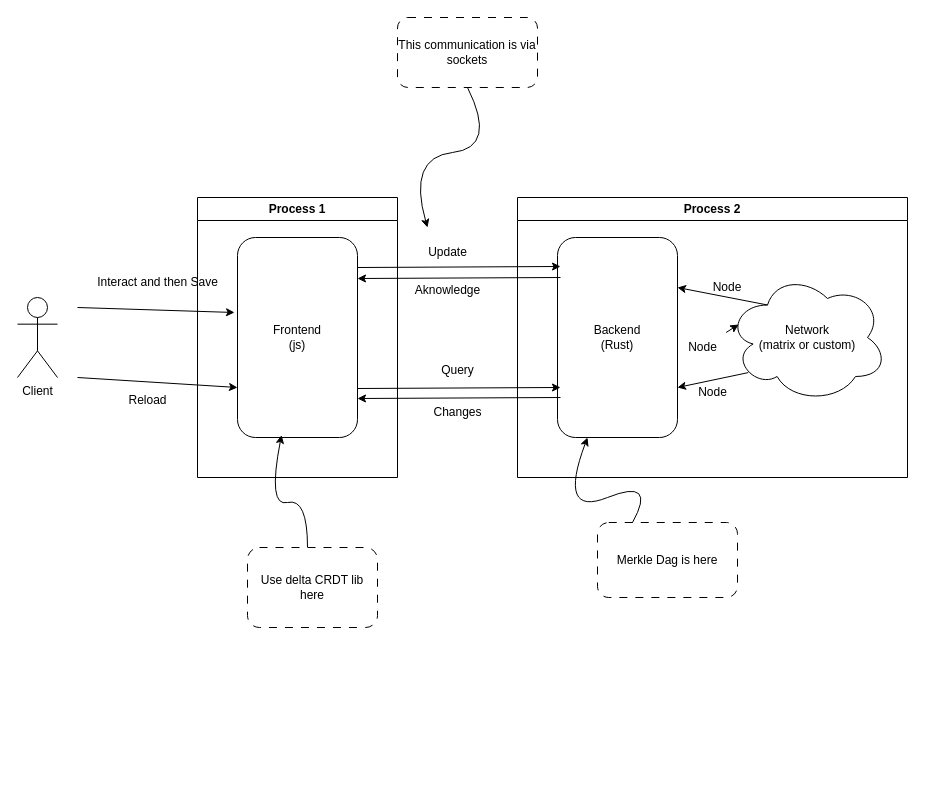
This is page "Architecture" (1 of 2) of artifacts/diagram.drawio from Azeved00/matrixcrdt, a draw.io file, before an edit. Source tidied: cells renumbered, new cells numbered last; positions are measured from the earlier drawing's top-left corner, leaving out a move shared by most shapes. Both pictures are drawn from the tidied source at 100%, with x=0, y=0 at pixel (17, 17).
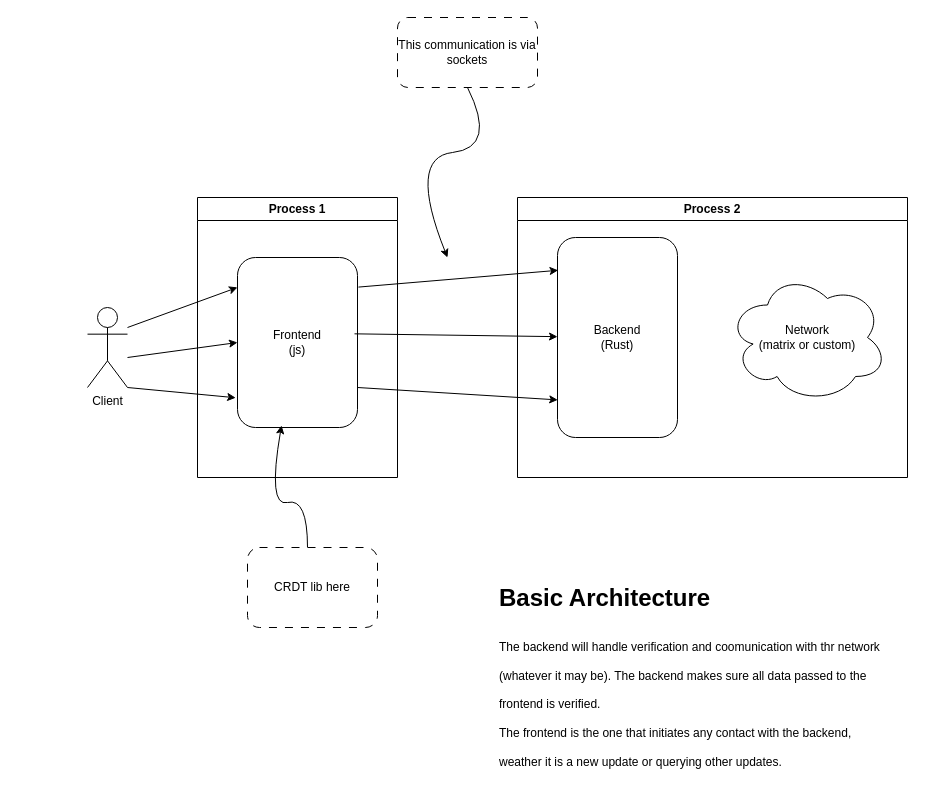
Above is the later version.

Commit message (it also covers changes not shown here):
diagram for how benchmarks work

The change refers to these unchanged cells:
```xml
<mxCell id="3" value="Process 1" style="swimlane;whiteSpace=wrap;html=1;" parent="1" vertex="1">
  <mxGeometry x="180" y="180" width="200" height="280" as="geometry" />
</mxCell>
<mxCell id="5" value="Process 2" style="swimlane;whiteSpace=wrap;html=1;" parent="1" vertex="1">
  <mxGeometry x="500" y="180" width="390" height="280" as="geometry" />
</mxCell>
<mxCell id="6" value="Network&lt;div&gt;(matrix or custom)&lt;/div&gt;" style="ellipse;shape=cloud;whiteSpace=wrap;html=1;" parent="5" vertex="1">
  <mxGeometry x="210" y="75" width="160" height="130" as="geometry" />
</mxCell>
<mxCell id="7" value="Backend&lt;div&gt;(Rust)&lt;/div&gt;" style="rounded=1;whiteSpace=wrap;html=1;" parent="5" vertex="1">
  <mxGeometry x="40" y="40" width="120" height="200" as="geometry" />
</mxCell>
```

Change to the diagram source:
```diff
@@
     <mxCell id="2" value="Client" style="shape=umlActor;verticalLabelPosition=bottom;verticalAlign=top;html=1;fontColor=default;" parent="1" vertex="1">
-      <mxGeometry y="280" width="40" height="80" as="geometry" />
+      <mxGeometry x="70" y="290" width="40" height="80" as="geometry" />
     </mxCell>
@@
     <mxCell id="4" value="Frontend&lt;div&gt;(js)&lt;/div&gt;" style="rounded=1;whiteSpace=wrap;html=1;" parent="3" vertex="1">
-      <mxGeometry x="40" y="40" width="120" height="200" as="geometry" />
+      <mxGeometry x="40" y="60" width="120" height="170" as="geometry" />
     </mxCell>
+    <mxCell id="32" style="endArrow=classic;html=1;rounded=0;entryX=0.002;entryY=0.812;entryDx=0;entryDy=0;entryPerimeter=0;" parent="3" edge="1" target="7">
+      <mxGeometry relative="1" as="geometry">
+        <mxPoint x="160" y="190" as="sourcePoint" />
+      </mxGeometry>
+    </mxCell>
@@
-    <mxCell id="8" style="endArrow=none;html=1;rounded=0;entryX=0.25;entryY=0.25;entryDx=0;entryDy=0;entryPerimeter=0;startArrow=classic;startFill=1;endFill=0;" parent="5" edge="1" target="6">
-      <mxGeometry relative="1" as="geometry">
-        <mxPoint x="160" y="90" as="sourcePoint" />
-      </mxGeometry>
-    </mxCell>
-    <mxCell id="9" style="endArrow=classic;html=1;rounded=0;entryX=0.07;entryY=0.4;entryDx=0;entryDy=0;entryPerimeter=0;" parent="5" edge="1" source="12" target="6">
-      <mxGeometry relative="1" as="geometry" />
-    </mxCell>
-    <mxCell id="10" style="endArrow=none;html=1;rounded=0;entryX=0.13;entryY=0.77;entryDx=0;entryDy=0;entryPerimeter=0;startArrow=classic;startFill=1;endFill=0;" parent="5" edge="1" target="6">
-      <mxGeometry relative="1" as="geometry">
-        <mxPoint x="160" y="190" as="sourcePoint" />
-      </mxGeometry>
-    </mxCell>
-    <mxCell id="11" value="Node" style="text;html=1;align=center;verticalAlign=middle;whiteSpace=wrap;rounded=0;" parent="5" vertex="1">
-      <mxGeometry x="180" y="75" width="60" height="30" as="geometry" />
-    </mxCell>
-    <mxCell id="12" value="Node" style="text;html=1;align=center;verticalAlign=middle;points=[];strokeColor=none;fillColor=none;" parent="5" vertex="1">
-      <mxGeometry x="160" y="135" width="50" height="30" as="geometry" />
-    </mxCell>
-    <mxCell id="13" value="Node" style="text;html=1;align=center;verticalAlign=middle;strokeColor=none;fillColor=none;" parent="5" vertex="1">
-      <mxGeometry x="170" y="180" width="50" height="30" as="geometry" />
-    </mxCell>
@@
-    <mxCell id="15" value="Use delta CRDT lib here" style="rounded=1;whiteSpace=wrap;html=1;dashed=1;dashPattern=8 8;" parent="1" vertex="1">
+    <mxCell id="15" value="CRDT lib here" style="rounded=1;whiteSpace=wrap;html=1;dashed=1;dashPattern=8 8;" parent="1" vertex="1">
       <mxGeometry x="230" y="530" width="130" height="80" as="geometry" />
     </mxCell>
     <mxCell id="16" style="curved=1;endArrow=classic;html=1;rounded=0;" parent="1" edge="1">
       <mxGeometry relative="1" as="geometry">
         <mxPoint x="450" y="70" as="sourcePoint" />
-        <mxPoint x="410" y="210" as="targetPoint" />
+        <mxPoint x="430" y="240" as="targetPoint" />
         <Array as="points">
           <mxPoint x="480" y="130" />
           <mxPoint x="390" y="140" />
         </Array>
       </mxGeometry>
     </mxCell>
@@
-    <mxCell id="18" value="Merkle Dag is here" style="rounded=1;whiteSpace=wrap;html=1;dashed=1;dashPattern=8 8;" parent="1" vertex="1">
-      <mxGeometry x="580" y="505" width="140" height="75" as="geometry" />
-    </mxCell>
-    <mxCell id="19" style="curved=1;endArrow=classic;html=1;rounded=0;entryX=0.25;entryY=1;entryDx=0;entryDy=0;exitX=0.25;exitY=0;exitDx=0;exitDy=0;" parent="1" edge="1" source="18" target="7">
-      <mxGeometry relative="1" as="geometry">
-        <Array as="points">
-          <mxPoint x="640" y="460" />
-          <mxPoint x="540" y="500" />
-        </Array>
-      </mxGeometry>
-    </mxCell>
-    <mxCell id="20" style="endArrow=classic;html=1;rounded=0;entryX=0.025;entryY=0.145;entryDx=0;entryDy=0;exitX=1;exitY=0.15;exitDx=0;exitDy=0;exitPerimeter=0;entryPerimeter=0;" parent="1" edge="1" source="4" target="7">
-      <mxGeometry relative="1" as="geometry" />
-    </mxCell>
-    <mxCell id="21" style="endArrow=classic;html=1;rounded=0;entryX=0.025;entryY=0.145;entryDx=0;entryDy=0;exitX=1;exitY=0.15;exitDx=0;exitDy=0;exitPerimeter=0;entryPerimeter=0;" parent="1" edge="1">
-      <mxGeometry relative="1" as="geometry">
-        <mxPoint x="340" y="371" as="sourcePoint" />
-        <mxPoint x="543" y="370" as="targetPoint" />
-      </mxGeometry>
-    </mxCell>
-    <mxCell id="22" style="endArrow=none;html=1;rounded=0;entryX=0.025;entryY=0.145;entryDx=0;entryDy=0;exitX=1;exitY=0.15;exitDx=0;exitDy=0;exitPerimeter=0;entryPerimeter=0;startArrow=classic;startFill=1;endFill=0;" parent="1" edge="1">
-      <mxGeometry relative="1" as="geometry">
-        <mxPoint x="340" y="381" as="sourcePoint" />
-        <mxPoint x="543" y="380" as="targetPoint" />
-      </mxGeometry>
-    </mxCell>
-    <mxCell id="23" style="endArrow=none;html=1;rounded=0;entryX=0.025;entryY=0.145;entryDx=0;entryDy=0;exitX=1;exitY=0.15;exitDx=0;exitDy=0;exitPerimeter=0;entryPerimeter=0;startArrow=classic;startFill=1;endFill=0;" parent="1" edge="1">
-      <mxGeometry relative="1" as="geometry">
-        <mxPoint x="340" y="261" as="sourcePoint" />
-        <mxPoint x="543" y="260" as="targetPoint" />
-      </mxGeometry>
-    </mxCell>
-    <mxCell id="24" value="Update" style="text;html=1;align=center;verticalAlign=middle;strokeColor=none;fillColor=none;" parent="1" vertex="1">
-      <mxGeometry x="400" y="220" width="60" height="30" as="geometry" />
-    </mxCell>
-    <mxCell id="25" value="Query" style="text;html=1;align=center;verticalAlign=middle;strokeColor=none;fillColor=none;" parent="1" vertex="1">
-      <mxGeometry x="410" y="338" width="60" height="30" as="geometry" />
-    </mxCell>
-    <mxCell id="26" value="Changes" style="text;html=1;align=center;verticalAlign=middle;strokeColor=none;fillColor=none;" parent="1" vertex="1">
-      <mxGeometry x="405" y="380" width="70" height="30" as="geometry" />
-    </mxCell>
-    <mxCell id="27" value="Aknowledge" style="text;html=1;align=center;verticalAlign=middle;strokeColor=none;fillColor=none;" parent="1" vertex="1">
-      <mxGeometry x="385" y="258" width="90" height="30" as="geometry" />
-    </mxCell>
-    <mxCell id="28" style="endArrow=classic;html=1;rounded=0;entryX=-0.025;entryY=0.375;entryDx=0;entryDy=0;entryPerimeter=0;" parent="1" edge="1" target="4">
-      <mxGeometry relative="1" as="geometry">
-        <mxPoint x="60" y="290" as="sourcePoint" />
-      </mxGeometry>
-    </mxCell>
-    <mxCell id="29" value="Interact and then Save" style="text;html=1;align=center;verticalAlign=middle;strokeColor=none;fillColor=none;" parent="1" vertex="1">
-      <mxGeometry x="70" y="250" width="140" height="30" as="geometry" />
-    </mxCell>
-    <mxCell id="30" style="endArrow=classic;html=1;rounded=0;entryX=0;entryY=0.75;entryDx=0;entryDy=0;" parent="1" edge="1" target="4">
-      <mxGeometry relative="1" as="geometry">
-        <mxPoint x="60" y="360" as="sourcePoint" />
-      </mxGeometry>
-    </mxCell>
-    <mxCell id="31" value="Reload" style="text;html=1;align=center;verticalAlign=middle;strokeColor=none;fillColor=none;" parent="1" vertex="1">
-      <mxGeometry x="100" y="368" width="60" height="30" as="geometry" />
-    </mxCell>
+    <mxCell id="33" style="endArrow=classic;html=1;rounded=0;entryX=0.005;entryY=0.164;entryDx=0;entryDy=0;entryPerimeter=0;exitX=1.008;exitY=0.174;exitDx=0;exitDy=0;exitPerimeter=0;" parent="1" edge="1" source="4" target="7">
+      <mxGeometry relative="1" as="geometry" />
+    </mxCell>
+    <mxCell id="34" style="endArrow=classic;html=1;rounded=0;exitX=0.975;exitY=0.449;exitDx=0;exitDy=0;exitPerimeter=0;" parent="1" edge="1" source="4" target="7">
+      <mxGeometry relative="1" as="geometry" />
+    </mxCell>
+    <mxCell id="35" style="endArrow=classic;html=1;rounded=0;entryX=0;entryY=0.176;entryDx=0;entryDy=0;entryPerimeter=0;" parent="1" edge="1" target="4">
+      <mxGeometry relative="1" as="geometry">
+        <mxPoint x="110" y="310" as="sourcePoint" />
+      </mxGeometry>
+    </mxCell>
+    <mxCell id="36" style="endArrow=classic;html=1;rounded=0;entryX=0;entryY=0.5;entryDx=0;entryDy=0;" parent="1" edge="1" target="4">
+      <mxGeometry relative="1" as="geometry">
+        <mxPoint x="110" y="340" as="sourcePoint" />
+      </mxGeometry>
+    </mxCell>
+    <mxCell id="37" style="endArrow=classic;html=1;rounded=0;entryX=-0.015;entryY=0.825;entryDx=0;entryDy=0;entryPerimeter=0;" parent="1" edge="1" target="4">
+      <mxGeometry relative="1" as="geometry">
+        <mxPoint x="110" y="370" as="sourcePoint" />
+      </mxGeometry>
+    </mxCell>
+    <mxCell id="38" value="&lt;h1 style=&quot;margin-top: 0px;&quot;&gt;&lt;span style=&quot;background-color: transparent; color: light-dark(rgb(0, 0, 0), rgb(255, 255, 255));&quot;&gt;Basic Architecture&lt;/span&gt;&lt;/h1&gt;&lt;h1 style=&quot;margin-top: 0px;&quot;&gt;&lt;span style=&quot;background-color: transparent; color: light-dark(rgb(0, 0, 0), rgb(255, 255, 255)); font-size: 12px; font-weight: normal;&quot;&gt;The backend will handle verification and coomunication with thr network (whatever it may be). The backend makes sure all data passed to the frontend is verified.&lt;br&gt;The frontend is the one that initiates any contact with the backend, weather it is a new update or querying other updates.&lt;/span&gt;&lt;/h1&gt;" style="text;html=1;whiteSpace=wrap;overflow=hidden;rounded=0;" parent="1" vertex="1">
+      <mxGeometry x="480" y="560" width="390" height="210" as="geometry" />
+    </mxCell>
```
